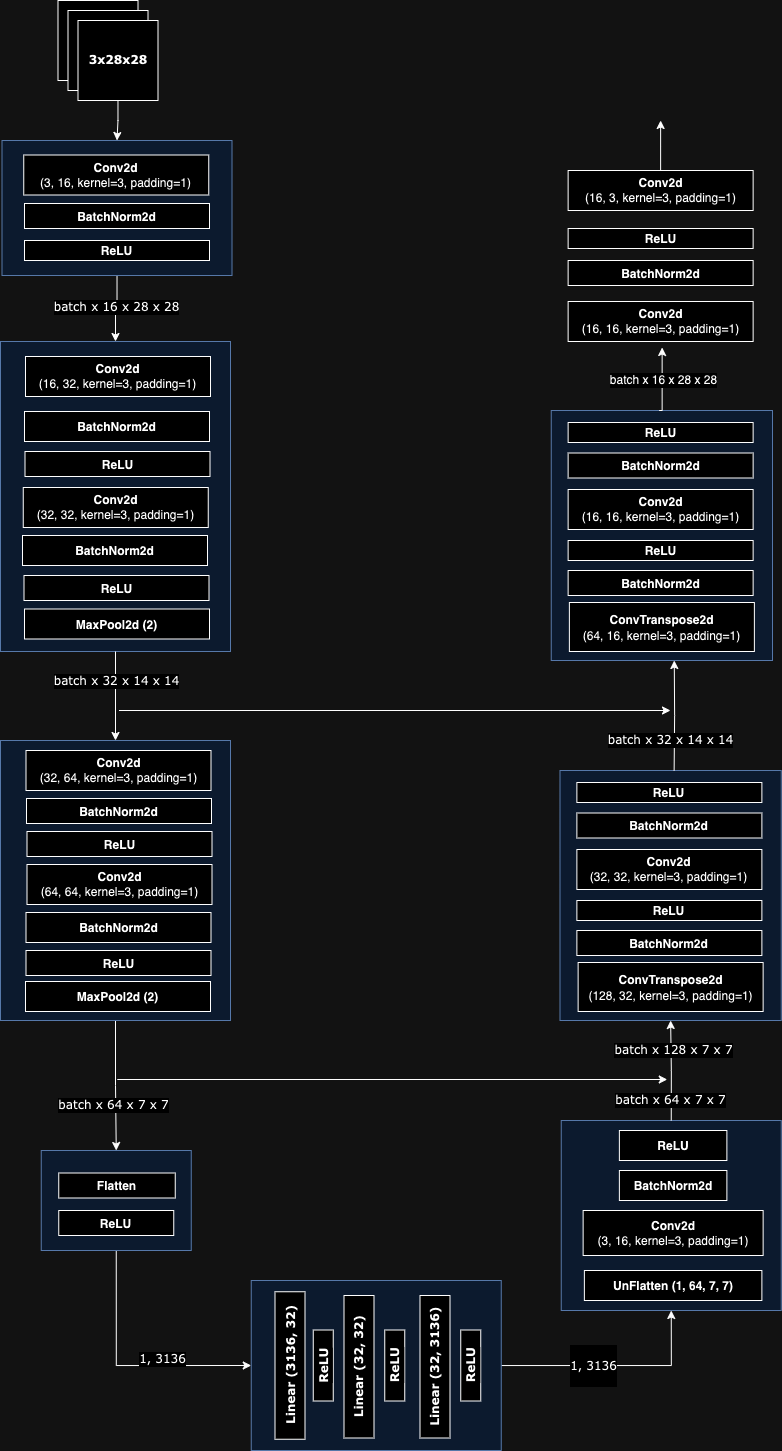
Above: diffusion/UNet.drawio.png in vadhri/ai-notebook (draw.io), before the change. Source tidied: cells renumbered, new cells last; positions are measured from the earlier drawing's top-left corner, leaving out a move shared by most shapes.
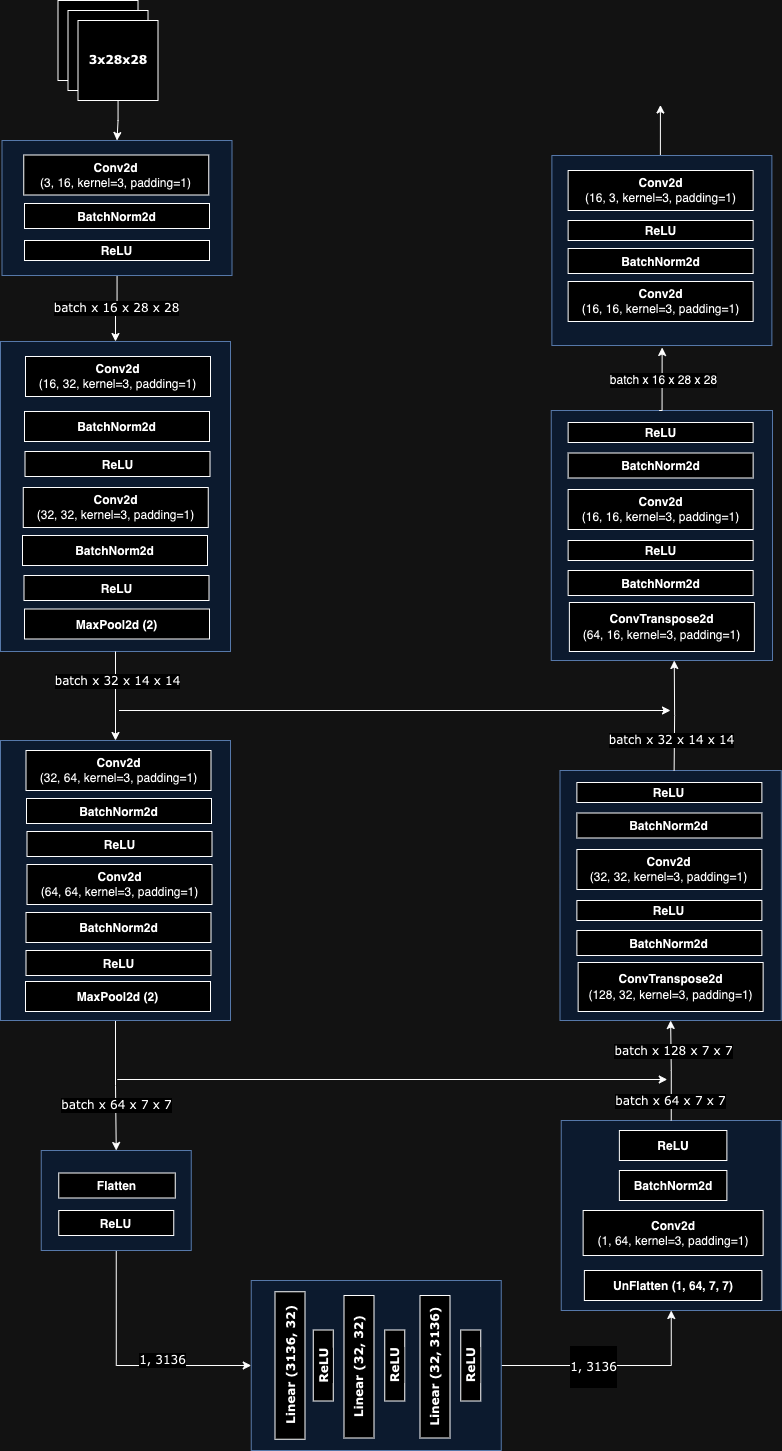
Above is the later version.

What changed in the source:
```diff
@@ -2,6 +2,9 @@
   <root>
     <mxCell id="0" />
     <mxCell id="1" parent="0" />
+    <mxCell id="80" style="rounded=0;whiteSpace=wrap;html=1;fillColor=#dae8fc;strokeColor=#6c8ebf;" parent="1" vertex="1">
+      <mxGeometry x="551.4" y="155" width="220" height="190" as="geometry" />
+    </mxCell>
     <mxCell id="2" style="edgeStyle=orthogonalEdgeStyle;rounded=0;jettySize=auto;html=1;entryX=0.5;entryY=0;entryDx=0;entryDy=0;" parent="1" edge="1" source="4" target="13">
       <mxGeometry relative="1" as="geometry" />
     </mxCell>
@@ -46,7 +49,7 @@
     </mxCell>
     <mxCell id="16" value="&lt;font face=&quot;Verdana&quot; style=&quot;font-size: 12px;&quot;&gt;batch x 64 x 7 x 7&lt;/font&gt;" style="edgeLabel;html=1;align=center;verticalAlign=middle;" parent="15" vertex="1">
       <mxGeometry x="-0.06" y="1" relative="1" as="geometry">
-        <mxPoint x="-3" y="23" as="offset" />
+        <mxPoint x="-1" y="23" as="offset" />
       </mxGeometry>
     </mxCell>
     <mxCell id="17" style="rounded=0;whiteSpace=wrap;html=1;fillColor=#dae8fc;strokeColor=#6c8ebf;" parent="1" vertex="1">
@@ -130,7 +133,7 @@
     <mxCell id="41" value="&lt;pre style=&quot;background-color: rgb(255, 255, 255); line-height: 18px;&quot;&gt;&lt;b style=&quot;&quot;&gt;&lt;font face=&quot;Helvetica&quot;&gt;UnFlatten (1, 64, 7, 7)&lt;/font&gt;&lt;/b&gt;&lt;/pre&gt;" style="rounded=0;whiteSpace=wrap;html=1;" parent="1" vertex="1">
       <mxGeometry x="583.9" y="1270" width="177.5" height="30" as="geometry" />
     </mxCell>
-    <mxCell id="42" value="&lt;b style=&quot;&quot;&gt;Conv2d&lt;/b&gt;&lt;br&gt;(3, 16, kernel=3, padding=1)" style="rounded=0;whiteSpace=wrap;html=1;" parent="1" vertex="1">
+    <mxCell id="42" value="&lt;b style=&quot;&quot;&gt;Conv2d&lt;/b&gt;&lt;br&gt;(1, 64, kernel=3, padding=1)" style="rounded=0;whiteSpace=wrap;html=1;" parent="1" vertex="1">
       <mxGeometry x="582.6" y="1210" width="180" height="45" as="geometry" />
     </mxCell>
     <mxCell id="43" value="&lt;pre style=&quot;background-color: rgb(255, 255, 255); line-height: 18px;&quot;&gt;&lt;b style=&quot;&quot;&gt;&lt;font face=&quot;Helvetica&quot;&gt;BatchNorm2d&lt;/font&gt;&lt;/b&gt;&lt;/pre&gt;" style="rounded=0;whiteSpace=wrap;html=1;" parent="1" vertex="1">
@@ -250,17 +253,18 @@
       </mxGeometry>
     </mxCell>
     <mxCell id="75" value="&lt;b style=&quot;&quot;&gt;Conv2d&lt;/b&gt;&lt;br&gt;(16, 16, kernel=3, padding=1)" style="rounded=0;whiteSpace=wrap;html=1;" parent="1" vertex="1">
-      <mxGeometry x="567.6" y="301" width="185" height="40" as="geometry" />
+      <mxGeometry x="567.6" y="281" width="185" height="40" as="geometry" />
     </mxCell>
     <mxCell id="76" value="&lt;pre style=&quot;background-color: rgb(255, 255, 255); line-height: 18px;&quot;&gt;&lt;b style=&quot;&quot;&gt;&lt;font face=&quot;Helvetica&quot;&gt;BatchNorm2d&lt;/font&gt;&lt;/b&gt;&lt;/pre&gt;" style="rounded=0;whiteSpace=wrap;html=1;" parent="1" vertex="1">
-      <mxGeometry x="567.6" y="260" width="185" height="25" as="geometry" />
+      <mxGeometry x="567.6" y="248" width="185" height="25" as="geometry" />
     </mxCell>
     <mxCell id="77" value="&lt;pre style=&quot;background-color: rgb(255, 255, 255); line-height: 18px;&quot;&gt;&lt;b style=&quot;&quot;&gt;&lt;font face=&quot;Helvetica&quot;&gt;ReLU&lt;/font&gt;&lt;/b&gt;&lt;/pre&gt;" style="rounded=0;whiteSpace=wrap;html=1;" parent="1" vertex="1">
-      <mxGeometry x="567.6" y="228" width="185" height="20" as="geometry" />
+      <mxGeometry x="567.6" y="220" width="185" height="20" as="geometry" />
     </mxCell>
-    <mxCell id="78" style="edgeStyle=orthogonalEdgeStyle;rounded=0;jettySize=auto;html=1;" parent="1" edge="1" source="79">
+    <mxCell id="78" style="edgeStyle=orthogonalEdgeStyle;rounded=0;orthogonalLoop=1;jettySize=auto;html=1;" parent="1" edge="1">
       <mxGeometry relative="1" as="geometry">
-        <mxPoint x="660.1" y="120" as="targetPoint" />
+        <mxPoint x="659.9" y="154.5" as="sourcePoint" />
+        <mxPoint x="659.9" y="104.5" as="targetPoint" />
       </mxGeometry>
     </mxCell>
     <mxCell id="79" value="&lt;b style=&quot;&quot;&gt;Conv2d&lt;/b&gt;&lt;br&gt;(16, 3, kernel=3, padding=1)" style="rounded=0;whiteSpace=wrap;html=1;" parent="1" vertex="1">
```
